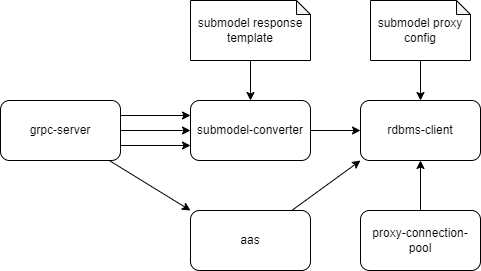
Earlier version of the draw.io export assets/module.drawio.png (hiroyoshii/go-aas-proxy). Source tidied: cells renumbered, new cells last; positions are measured from the earlier drawing's top-left corner, leaving out a move shared by most shapes.
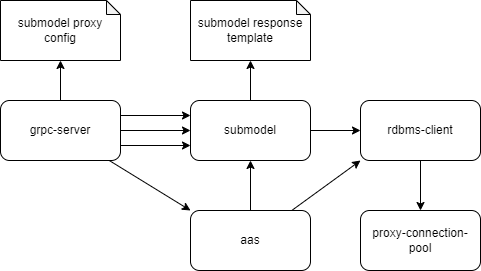
After the change.

The edit, as a diff of the source:
```diff
@@ -14,41 +14,44 @@
     <mxCell id="5" style="edgeStyle=none;html=1;entryX=0;entryY=0;entryDx=0;entryDy=0;" parent="1" edge="1" source="6" target="17">
       <mxGeometry relative="1" as="geometry" />
     </mxCell>
+    <mxCell id="18" style="edgeStyle=none;html=1;" parent="1" edge="1" source="6" target="15">
+      <mxGeometry relative="1" as="geometry" />
+    </mxCell>
     <mxCell id="6" value="grpc-server" style="rounded=1;whiteSpace=wrap;html=1;" parent="1" vertex="1">
       <mxGeometry y="100" width="120" height="60" as="geometry" />
     </mxCell>
-    <mxCell id="7" style="edgeStyle=none;html=1;entryX=0.5;entryY=1;entryDx=0;entryDy=0;" parent="1" edge="1" source="8" target="11">
-      <mxGeometry relative="1" as="geometry" />
-    </mxCell>
     <mxCell id="8" value="proxy-connection-pool" style="rounded=1;whiteSpace=wrap;html=1;" parent="1" vertex="1">
       <mxGeometry x="360" y="210" width="120" height="60" as="geometry" />
     </mxCell>
     <mxCell id="9" style="edgeStyle=none;html=1;" parent="1" edge="1" source="10" target="11">
       <mxGeometry relative="1" as="geometry" />
     </mxCell>
+    <mxCell id="19" style="edgeStyle=none;html=1;" parent="1" edge="1" source="10" target="13">
+      <mxGeometry relative="1" as="geometry" />
+    </mxCell>
-    <mxCell id="10" value="submodel-converter" style="rounded=1;whiteSpace=wrap;html=1;" parent="1" vertex="1">
+    <mxCell id="10" value="submodel" style="rounded=1;whiteSpace=wrap;html=1;" parent="1" vertex="1">
       <mxGeometry x="190" y="100" width="120" height="60" as="geometry" />
     </mxCell>
+    <mxCell id="20" style="edgeStyle=none;html=1;entryX=0.5;entryY=0;entryDx=0;entryDy=0;" parent="1" edge="1" source="11" target="8">
+      <mxGeometry relative="1" as="geometry" />
+    </mxCell>
     <mxCell id="11" value="rdbms-client" style="rounded=1;whiteSpace=wrap;html=1;" parent="1" vertex="1">
       <mxGeometry x="360" y="100" width="120" height="60" as="geometry" />
     </mxCell>
-    <mxCell id="12" style="edgeStyle=none;html=1;" parent="1" edge="1" source="13" target="10">
-      <mxGeometry relative="1" as="geometry" />
-    </mxCell>
     <mxCell id="13" value="submodel response template" style="shape=note;whiteSpace=wrap;html=1;backgroundOutline=1;darkOpacity=0.05;size=14;" parent="1" vertex="1">
       <mxGeometry x="190" width="120" height="60" as="geometry" />
     </mxCell>
-    <mxCell id="14" style="edgeStyle=none;html=1;" parent="1" edge="1" source="15" target="11">
-      <mxGeometry relative="1" as="geometry" />
-    </mxCell>
+    <mxCell id="16" style="edgeStyle=none;html=1;entryX=0;entryY=1;entryDx=0;entryDy=0;" parent="1" edge="1" source="17" target="11">
+      <mxGeometry relative="1" as="geometry" />
+    </mxCell>
+    <mxCell id="21" style="edgeStyle=none;html=1;" parent="1" edge="1" source="17" target="10">
+      <mxGeometry relative="1" as="geometry" />
+    </mxCell>
+    <mxCell id="17" value="aas" style="rounded=1;whiteSpace=wrap;html=1;" parent="1" vertex="1">
+      <mxGeometry x="190" y="210" width="120" height="60" as="geometry" />
+    </mxCell>
     <mxCell id="15" value="submodel proxy config" style="shape=note;whiteSpace=wrap;html=1;backgroundOutline=1;darkOpacity=0.05;size=14;" parent="1" vertex="1">
-      <mxGeometry x="370" width="100" height="60" as="geometry" />
+      <mxGeometry width="120" height="60" as="geometry" />
     </mxCell>
-    <mxCell id="16" style="edgeStyle=none;html=1;entryX=0;entryY=1;entryDx=0;entryDy=0;" parent="1" edge="1" source="17" target="11">
-      <mxGeometry relative="1" as="geometry" />
-    </mxCell>
-    <mxCell id="17" value="aas" style="rounded=1;whiteSpace=wrap;html=1;" parent="1" vertex="1">
-      <mxGeometry x="190" y="210" width="120" height="60" as="geometry" />
-    </mxCell>
   </root>
 </mxGraphModel>
```
